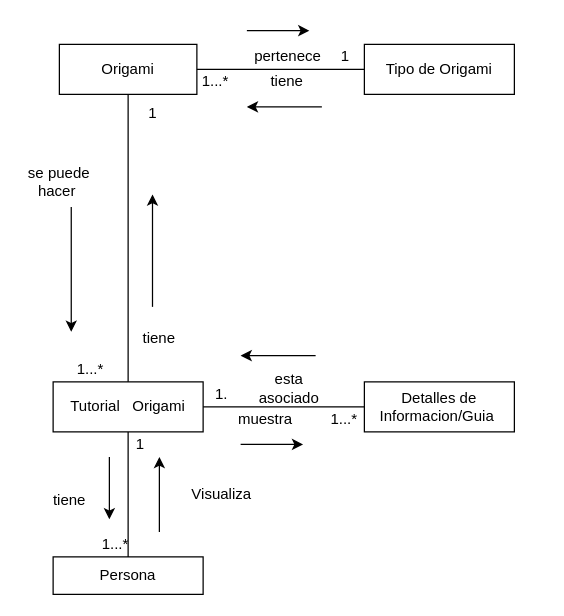
andrescastillo1996/documentacionMundoOrigami keeps this draw.io diagram as ModeloDeDominio3D.drawio. Above is the earlier version. Source tidied: cells renumbered, new cells numbered last; positions are measured from the earlier drawing's top-left corner, leaving out a move shared by most shapes. Both pictures are drawn from the tidied source at 125%, with x=0, y=0 at pixel (21, 30).
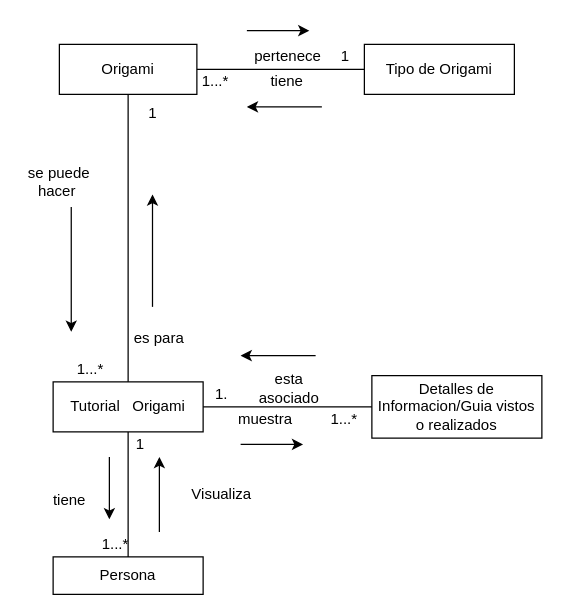
Above is the later version.

Change to the diagram source:
```diff
@@
-    <mxCell id="4" value="Detalles de Informacion/Guia&amp;nbsp;" style="rounded=0;whiteSpace=wrap;html=1;" parent="1" vertex="1">
-      <mxGeometry x="274" y="281" width="120" height="40" as="geometry" />
+    <mxCell id="4" value="Detalles de Informacion/Guia vistos o realizados" style="rounded=0;whiteSpace=wrap;html=1;" parent="1" vertex="1">
+      <mxGeometry x="280" y="276" width="136" height="50" as="geometry" />
     </mxCell>
@@
-    <mxCell id="21" value="tiene" style="text;html=1;strokeColor=none;fillColor=none;align=center;verticalAlign=middle;whiteSpace=wrap;rounded=0;" parent="1" vertex="1">
+    <mxCell id="21" value="es para" style="text;html=1;strokeColor=none;fillColor=none;align=center;verticalAlign=middle;whiteSpace=wrap;rounded=0;" parent="1" vertex="1">
       <mxGeometry x="80" y="231" width="60" height="30" as="geometry" />
     </mxCell>
```
